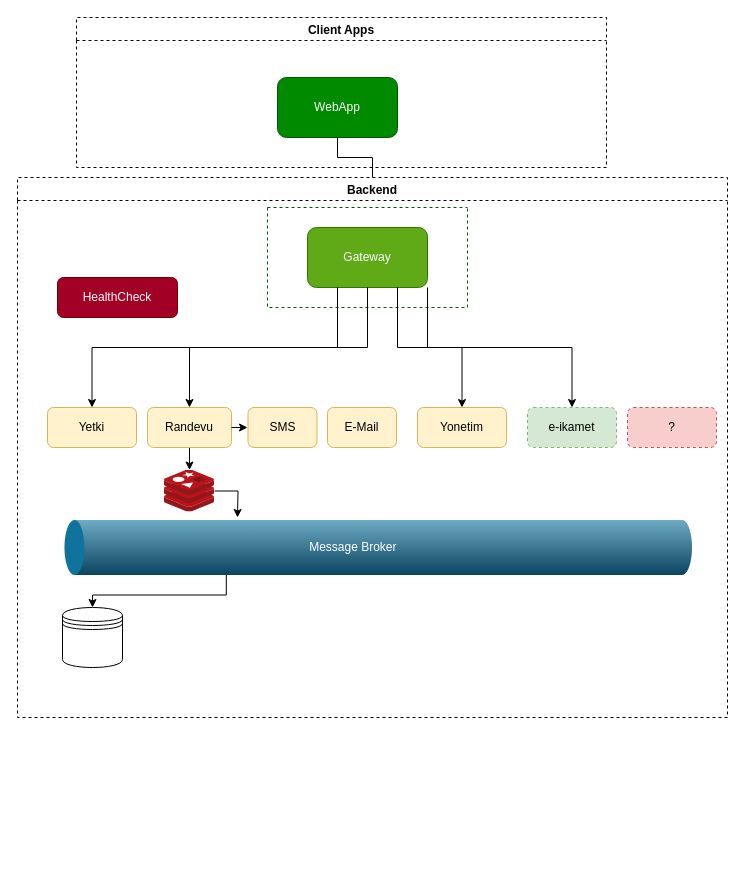
Earlier version of the draw.io diagram appointment_drawing.drawio (KenanBolat/drawio_repositories). Source tidied: cells renumbered, new cells numbered last; positions are measured from the earlier drawing's top-left corner, leaving out a move shared by most shapes. Both pictures are drawn from the tidied source at 100%, with x=0, y=0 at pixel (17, 17).
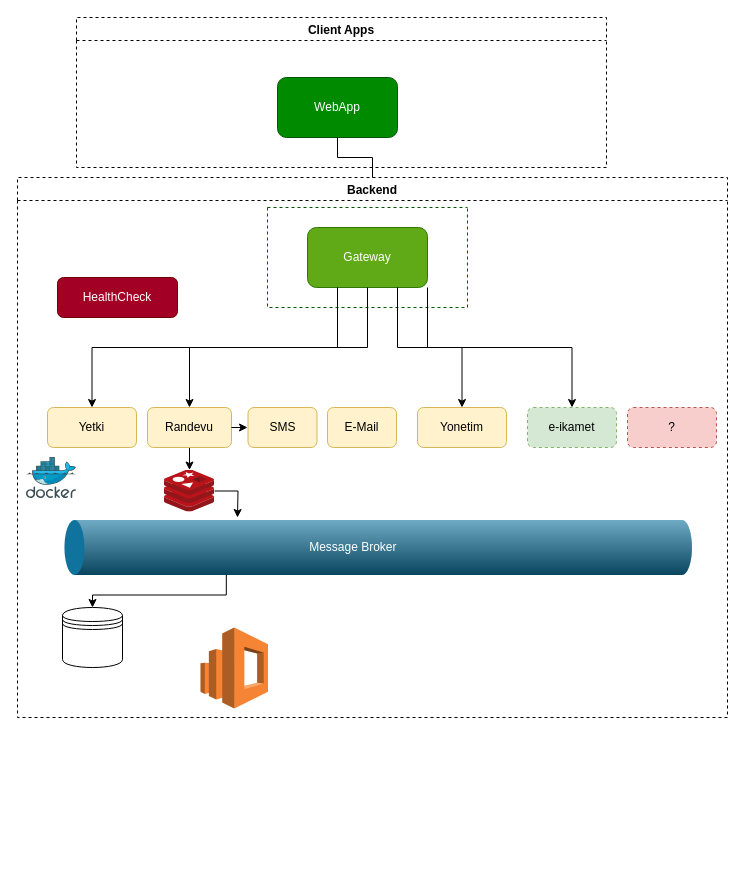
The same diagram, later.

Unchanged cells that the change refers to:
```xml
<mxCell id="4" value="Backend" style="swimlane;fontColor=#000000;dashed=1;" parent="1" vertex="1">
  <mxGeometry y="160" width="710" height="540" as="geometry" />
</mxCell>
<mxCell id="5" style="group;" parent="4" vertex="1">
  <mxGeometry x="110" y="350" width="454" height="333.8" as="geometry" />
</mxCell>
```

What changed in the source:
```diff
@@
+    <mxCell id="29" style="dashed=0;verticalLabelPosition=bottom;verticalAlign=top;align=center;html=1;shape=mxgraph.aws3.elasticsearch_service;fillColor=#F58534;gradientColor=none;fontColor=#000000;" parent="5" vertex="1">
+      <mxGeometry x="73" y="100" width="67.5" height="81" as="geometry" />
+    </mxCell>
@@
+    <mxCell id="30" style="sketch=0;html=1;align=center;image;fontSize=12;image=img/lib/mscae/Docker.svg;fontColor=#000000;" parent="4" vertex="1">
+      <mxGeometry x="9" y="280" width="50" height="41" as="geometry" />
+    </mxCell>
```
